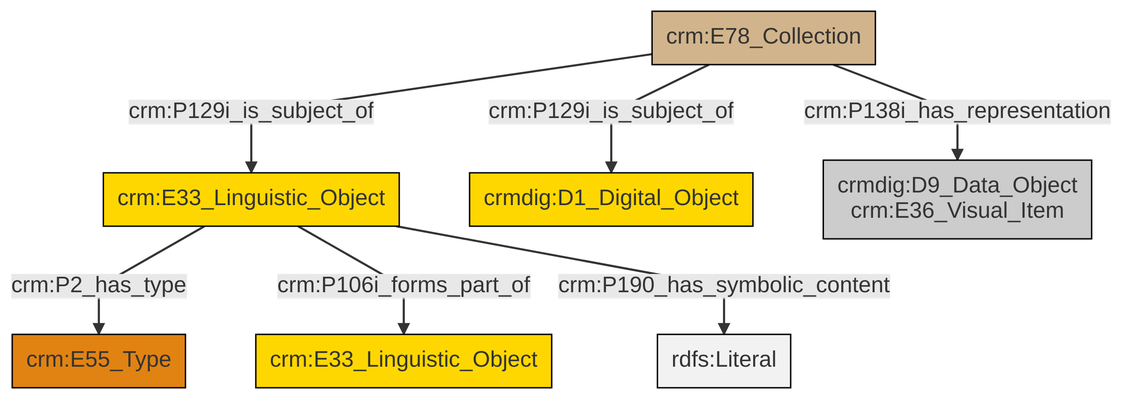
swiss-art-research-net/docs.swissartresearch keeps this Mermaid diagram as et/archivalCSV/ttl/mmd/png/archival_docs.png. Above is the earlier version. Its source is kept beside it as et/archivalCSV/ttl/mmd/archival_docs.ttl.mmd.
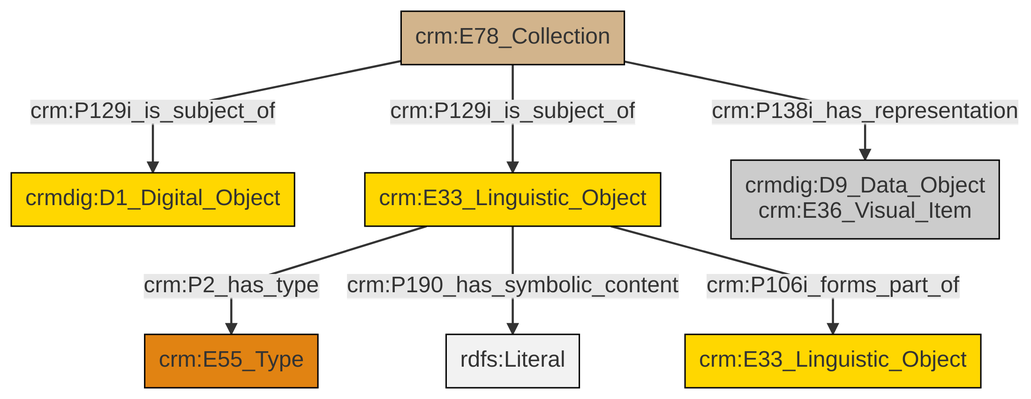
The same diagram one commit later.

Change to the diagram source:
```diff
@@ -13,9 +13,9 @@
 classDef PC_Classes fill:#4ce600, stroke:#000000;
 classDef Multi fill:#cccccc,stroke:#000000;
 
-4["crm:E78_Collection"]:::Physical_Thing -->|crm:P129i_is_subject_of| 5["crmdig:D1_Digital_Object"]:::Conceptual_Object
-2["crm:E33_Linguistic_Object"]:::Conceptual_Object -->|crm:P2_has_type| 7["crm:E55_Type"]:::Type
-4["crm:E78_Collection"]:::Physical_Thing -->|crm:P129i_is_subject_of| 2["crm:E33_Linguistic_Object"]:::Conceptual_Object
-2["crm:E33_Linguistic_Object"]:::Conceptual_Object -->|crm:P106i_forms_part_of| 0["crm:E33_Linguistic_Object"]:::Conceptual_Object
-4["crm:E78_Collection"]:::Physical_Thing -->|crm:P138i_has_representation| 9["crmdig:D9_Data_Object<br>crm:E36_Visual_Item"]:::Multi
-2["crm:E33_Linguistic_Object"]:::Conceptual_Object -->|crm:P190_has_symbolic_content| 11[rdfs:Literal]:::Literal
+0["crm:E78_Collection"]:::Physical_Thing -->|crm:P129i_is_subject_of| 1["crmdig:D1_Digital_Object"]:::Conceptual_Object
+2["crm:E33_Linguistic_Object"]:::Conceptual_Object -->|crm:P2_has_type| 3["crm:E55_Type"]:::Type
+0["crm:E78_Collection"]:::Physical_Thing -->|crm:P138i_has_representation| 4["crmdig:D9_Data_Object<br>crm:E36_Visual_Item"]:::Multi
+0["crm:E78_Collection"]:::Physical_Thing -->|crm:P129i_is_subject_of| 2["crm:E33_Linguistic_Object"]:::Conceptual_Object
+2["crm:E33_Linguistic_Object"]:::Conceptual_Object -->|crm:P190_has_symbolic_content| 6[rdfs:Literal]:::Literal
+2["crm:E33_Linguistic_Object"]:::Conceptual_Object -->|crm:P106i_forms_part_of| 9["crm:E33_Linguistic_Object"]:::Conceptual_Object
```
